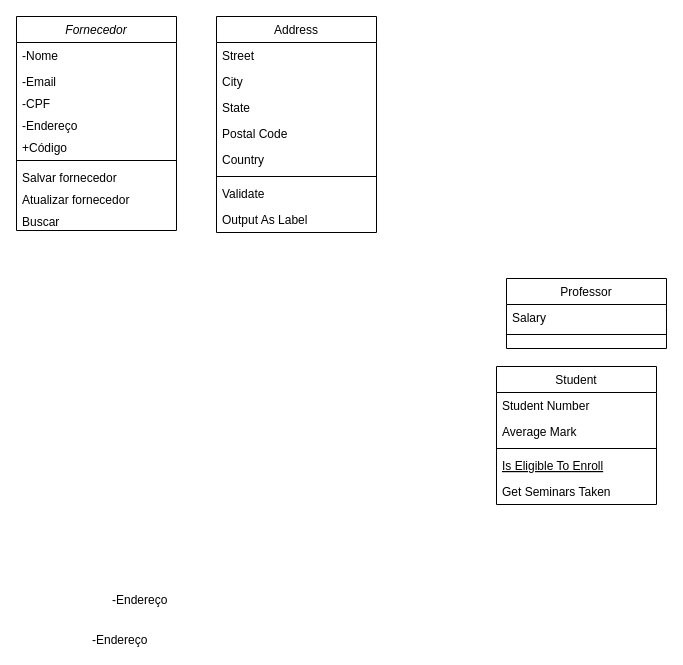
Marigodoy26/EquipeK keeps this draw.io diagram as doc/classes.drawio. Above is the earlier version. Source tidied: cells renumbered, new cells numbered last; positions are measured from the earlier drawing's top-left corner, leaving out a move shared by most shapes. Both pictures are drawn from the tidied source at 100%, with x=0, y=0 at pixel (16, 16).
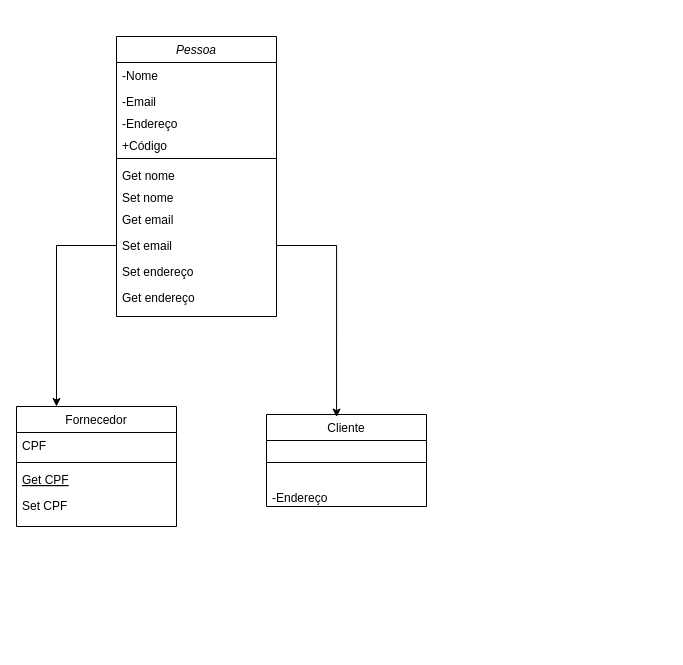
Above is the later version.

The edit, as a diff of the source:
```diff
@@
-    <mxCell id="2" value="Fornecedor" style="swimlane;fontStyle=2;align=center;verticalAlign=top;horizontal=1;startSize=26;rounded=0;shadow=0;strokeWidth=1;" parent="1" vertex="1">
-      <mxGeometry width="160" height="214" as="geometry" />
+    <mxCell id="2" value="Pessoa" style="swimlane;fontStyle=2;align=center;verticalAlign=top;horizontal=1;startSize=26;rounded=0;shadow=0;strokeWidth=1;" parent="1" vertex="1">
+      <mxGeometry x="100" y="20" width="160" height="280" as="geometry" />
     </mxCell>
@@
-    <mxCell id="5" value="-CPF" style="text;align=left;verticalAlign=top;spacingLeft=4;spacingRight=4;overflow=hidden;rounded=0;shadow=0;html=0;" parent="2" vertex="1">
-      <mxGeometry y="74" width="160" height="22" as="geometry" />
-    </mxCell>
     <mxCell id="6" value="-Endereço" style="text;align=left;verticalAlign=top;spacingLeft=4;spacingRight=4;overflow=hidden;rounded=0;shadow=0;html=0;" parent="2" vertex="1">
-      <mxGeometry y="96" width="160" height="22" as="geometry" />
+      <mxGeometry y="74" width="160" height="22" as="geometry" />
     </mxCell>
     <mxCell id="7" value="+Código" style="text;align=left;verticalAlign=top;spacingLeft=4;spacingRight=4;overflow=hidden;rounded=0;shadow=0;html=0;" parent="2" vertex="1">
-      <mxGeometry y="118" width="160" height="22" as="geometry" />
+      <mxGeometry y="96" width="160" height="22" as="geometry" />
     </mxCell>
     <mxCell id="8" style="line;html=1;strokeWidth=1;align=left;verticalAlign=middle;spacingTop=-1;spacingLeft=3;spacingRight=3;labelPosition=right;" parent="2" vertex="1">
-      <mxGeometry y="140" width="160" height="8" as="geometry" />
+      <mxGeometry y="118" width="160" height="8" as="geometry" />
     </mxCell>
-    <mxCell id="9" value="Salvar fornecedor" style="text;align=left;verticalAlign=top;spacingLeft=4;spacingRight=4;overflow=hidden;rounded=0;shadow=0;html=0;" parent="2" vertex="1">
-      <mxGeometry y="148" width="160" height="22" as="geometry" />
+    <mxCell id="9" value="Get nome" style="text;align=left;verticalAlign=top;spacingLeft=4;spacingRight=4;overflow=hidden;rounded=0;shadow=0;html=0;" parent="2" vertex="1">
+      <mxGeometry y="126" width="160" height="22" as="geometry" />
     </mxCell>
-    <mxCell id="10" value="Atualizar fornecedor" style="text;align=left;verticalAlign=top;spacingLeft=4;spacingRight=4;overflow=hidden;rounded=0;shadow=0;html=0;" parent="2" vertex="1">
-      <mxGeometry y="170" width="160" height="22" as="geometry" />
+    <mxCell id="10" value="Set nome" style="text;align=left;verticalAlign=top;spacingLeft=4;spacingRight=4;overflow=hidden;rounded=0;shadow=0;html=0;" parent="2" vertex="1">
+      <mxGeometry y="148" width="160" height="22" as="geometry" />
     </mxCell>
-    <mxCell id="11" value="Buscar" style="text;align=left;verticalAlign=top;spacingLeft=4;spacingRight=4;overflow=hidden;rounded=0;shadow=0;html=0;" parent="2" vertex="1">
-      <mxGeometry y="192" width="160" height="22" as="geometry" />
-    </mxCell>
+    <mxCell id="32" value="Get email" style="text;align=left;verticalAlign=top;spacingLeft=4;spacingRight=4;overflow=hidden;" parent="2" vertex="1">
+      <mxGeometry y="170" width="160" height="26" as="geometry" />
+    </mxCell>
+    <mxCell id="33" value="Set email" style="text;align=left;verticalAlign=top;spacingLeft=4;spacingRight=4;overflow=hidden;points=[[0,0.5],[1,0.5]];portConstraint=eastwest;" parent="2" vertex="1">
+      <mxGeometry y="196" width="160" height="26" as="geometry" />
+    </mxCell>
+    <mxCell id="34" value="Set endereço" style="text;align=left;verticalAlign=top;spacingLeft=4;spacingRight=4;overflow=hidden;" parent="2" vertex="1">
+      <mxGeometry y="222" width="160" height="26" as="geometry" />
+    </mxCell>
+    <mxCell id="29" value="Get endereço" style="text;align=left;verticalAlign=top;spacingLeft=4;spacingRight=4;overflow=hidden;" parent="2" vertex="1">
+      <mxGeometry y="248" width="160" height="26" as="geometry" />
+    </mxCell>
-    <mxCell id="12" value="Student" style="swimlane;fontStyle=0;align=center;verticalAlign=top;horizontal=1;startSize=26;rounded=0;shadow=0;strokeWidth=1;" parent="1" vertex="1">
-      <mxGeometry x="480" y="350" width="160" height="138" as="geometry" />
+    <mxCell id="12" value="Fornecedor" style="swimlane;fontStyle=0;align=center;verticalAlign=top;horizontal=1;startSize=26;rounded=0;shadow=0;strokeWidth=1;" parent="1" vertex="1">
+      <mxGeometry y="390" width="160" height="120" as="geometry" />
     </mxCell>
-    <mxCell id="13" value="Student Number" style="text;align=left;verticalAlign=top;spacingLeft=4;spacingRight=4;overflow=hidden;" parent="12" vertex="1">
+    <mxCell id="13" value="CPF" style="text;align=left;verticalAlign=top;spacingLeft=4;spacingRight=4;overflow=hidden;" parent="12" vertex="1">
       <mxGeometry y="26" width="160" height="26" as="geometry" />
     </mxCell>
-    <mxCell id="14" value="Average Mark" style="text;align=left;verticalAlign=top;spacingLeft=4;spacingRight=4;overflow=hidden;rounded=0;shadow=0;html=0;" parent="12" vertex="1">
-      <mxGeometry y="52" width="160" height="26" as="geometry" />
-    </mxCell>
     <mxCell id="15" style="line;html=1;strokeWidth=1;align=left;verticalAlign=middle;spacingTop=-1;spacingLeft=3;spacingRight=3;labelPosition=right;" parent="12" vertex="1">
-      <mxGeometry y="78" width="160" height="8" as="geometry" />
+      <mxGeometry y="52" width="160" height="8" as="geometry" />
     </mxCell>
-    <mxCell id="16" value="Is Eligible To Enroll" style="text;align=left;verticalAlign=top;spacingLeft=4;spacingRight=4;overflow=hidden;fontStyle=4;" parent="12" vertex="1">
-      <mxGeometry y="86" width="160" height="26" as="geometry" />
+    <mxCell id="16" value="Get CPF" style="text;align=left;verticalAlign=top;spacingLeft=4;spacingRight=4;overflow=hidden;fontStyle=4;" parent="12" vertex="1">
+      <mxGeometry y="60" width="160" height="26" as="geometry" />
     </mxCell>
-    <mxCell id="17" value="Get Seminars Taken" style="text;align=left;verticalAlign=top;spacingLeft=4;spacingRight=4;overflow=hidden;" parent="12" vertex="1">
-      <mxGeometry y="112" width="160" height="26" as="geometry" />
+    <mxCell id="17" value="Set CPF" style="text;align=left;verticalAlign=top;spacingLeft=4;spacingRight=4;overflow=hidden;" parent="12" vertex="1">
+      <mxGeometry y="86" width="160" height="26" as="geometry" />
     </mxCell>
-    <mxCell id="18" value="Professor" style="swimlane;fontStyle=0;align=center;verticalAlign=top;horizontal=1;startSize=26;rounded=0;shadow=0;strokeWidth=1;" parent="1" vertex="1">
-      <mxGeometry x="490" y="262" width="160" height="70" as="geometry" />
+    <mxCell id="18" value="Cliente" style="swimlane;fontStyle=0;align=center;verticalAlign=top;horizontal=1;startSize=26;rounded=0;shadow=0;strokeWidth=1;" parent="1" vertex="1">
+      <mxGeometry x="250" y="398" width="160" height="92" as="geometry" />
     </mxCell>
-    <mxCell id="19" value="Salary" style="text;align=left;verticalAlign=top;spacingLeft=4;spacingRight=4;overflow=hidden;" parent="18" vertex="1">
-      <mxGeometry y="26" width="160" height="26" as="geometry" />
-    </mxCell>
     <mxCell id="20" style="line;html=1;strokeWidth=1;align=left;verticalAlign=middle;spacingTop=-1;spacingLeft=3;spacingRight=3;labelPosition=right;" parent="18" vertex="1">
-      <mxGeometry y="52" width="160" height="8" as="geometry" />
+      <mxGeometry y="26" width="160" height="44" as="geometry" />
     </mxCell>
-    <mxCell id="21" value="Address" style="swimlane;fontStyle=0;align=center;verticalAlign=top;horizontal=1;startSize=26;rounded=0;shadow=0;strokeWidth=1;" parent="1" vertex="1">
-      <mxGeometry x="200" width="160" height="216" as="geometry" />
-    </mxCell>
-    <mxCell id="22" value="Street" style="text;align=left;verticalAlign=top;spacingLeft=4;spacingRight=4;overflow=hidden;" parent="21" vertex="1">
-      <mxGeometry y="26" width="160" height="26" as="geometry" />
-    </mxCell>
-    <mxCell id="23" value="City" style="text;align=left;verticalAlign=top;spacingLeft=4;spacingRight=4;overflow=hidden;rounded=0;shadow=0;html=0;" parent="21" vertex="1">
-      <mxGeometry y="52" width="160" height="26" as="geometry" />
-    </mxCell>
-    <mxCell id="24" value="State" style="text;align=left;verticalAlign=top;spacingLeft=4;spacingRight=4;overflow=hidden;rounded=0;shadow=0;html=0;" parent="21" vertex="1">
-      <mxGeometry y="78" width="160" height="26" as="geometry" />
-    </mxCell>
-    <mxCell id="25" value="Postal Code" style="text;align=left;verticalAlign=top;spacingLeft=4;spacingRight=4;overflow=hidden;rounded=0;shadow=0;html=0;" parent="21" vertex="1">
-      <mxGeometry y="104" width="160" height="26" as="geometry" />
-    </mxCell>
-    <mxCell id="26" value="Country" style="text;align=left;verticalAlign=top;spacingLeft=4;spacingRight=4;overflow=hidden;rounded=0;shadow=0;html=0;" parent="21" vertex="1">
-      <mxGeometry y="130" width="160" height="26" as="geometry" />
-    </mxCell>
-    <mxCell id="27" style="line;html=1;strokeWidth=1;align=left;verticalAlign=middle;spacingTop=-1;spacingLeft=3;spacingRight=3;labelPosition=right;" parent="21" vertex="1">
-      <mxGeometry y="156" width="160" height="8" as="geometry" />
-    </mxCell>
-    <mxCell id="28" value="Validate" style="text;align=left;verticalAlign=top;spacingLeft=4;spacingRight=4;overflow=hidden;" parent="21" vertex="1">
-      <mxGeometry y="164" width="160" height="26" as="geometry" />
-    </mxCell>
-    <mxCell id="29" value="Output As Label" style="text;align=left;verticalAlign=top;spacingLeft=4;spacingRight=4;overflow=hidden;" parent="21" vertex="1">
-      <mxGeometry y="190" width="160" height="26" as="geometry" />
-    </mxCell>
-    <mxCell id="30" value="-Endereço" style="text;align=left;verticalAlign=top;spacingLeft=4;spacingRight=4;overflow=hidden;rounded=0;shadow=0;html=0;" parent="1" vertex="1">
-      <mxGeometry x="70" y="610" width="160" height="22" as="geometry" />
+    <mxCell id="30" value="-Endereço" style="text;align=left;verticalAlign=top;spacingLeft=4;spacingRight=4;overflow=hidden;rounded=0;shadow=0;html=0;" parent="18" vertex="1">
+      <mxGeometry y="70" width="160" height="22" as="geometry" />
     </mxCell>
-    <mxCell id="31" value="-Endereço" style="text;align=left;verticalAlign=top;spacingLeft=4;spacingRight=4;overflow=hidden;rounded=0;shadow=0;html=0;" parent="1" vertex="1">
-      <mxGeometry x="90" y="570" width="160" height="22" as="geometry" />
-    </mxCell>
+    <mxCell id="35" style="edgeStyle=orthogonalEdgeStyle;rounded=0;jettySize=auto;html=1;entryX=0.25;entryY=0;entryDx=0;entryDy=0;" parent="1" edge="1" source="33" target="12">
+      <mxGeometry relative="1" as="geometry" />
+    </mxCell>
+    <mxCell id="36" style="edgeStyle=orthogonalEdgeStyle;rounded=0;jettySize=auto;html=1;entryX=0.438;entryY=0.028;entryDx=0;entryDy=0;entryPerimeter=0;" parent="1" edge="1" source="33" target="18">
+      <mxGeometry relative="1" as="geometry" />
+    </mxCell>
```
